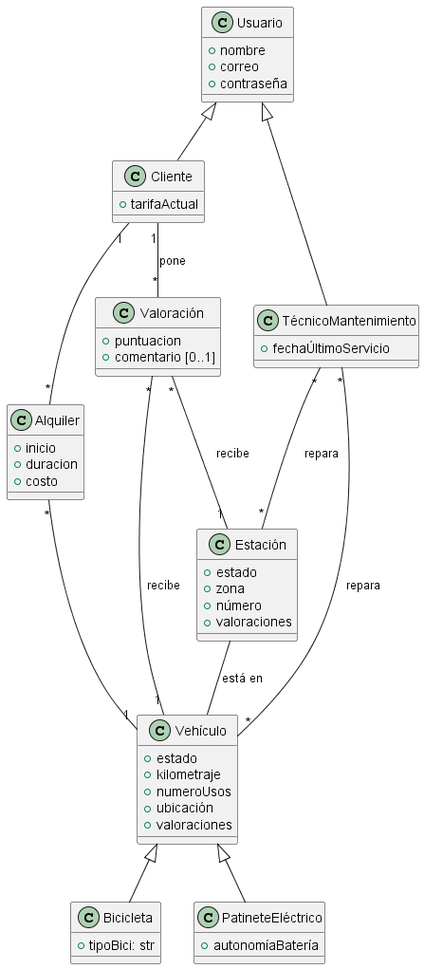
Above: modelos_conceptuales/DiagramaClases.png in VVF2245/EasyVPM-Database (PlantUML), before the change.
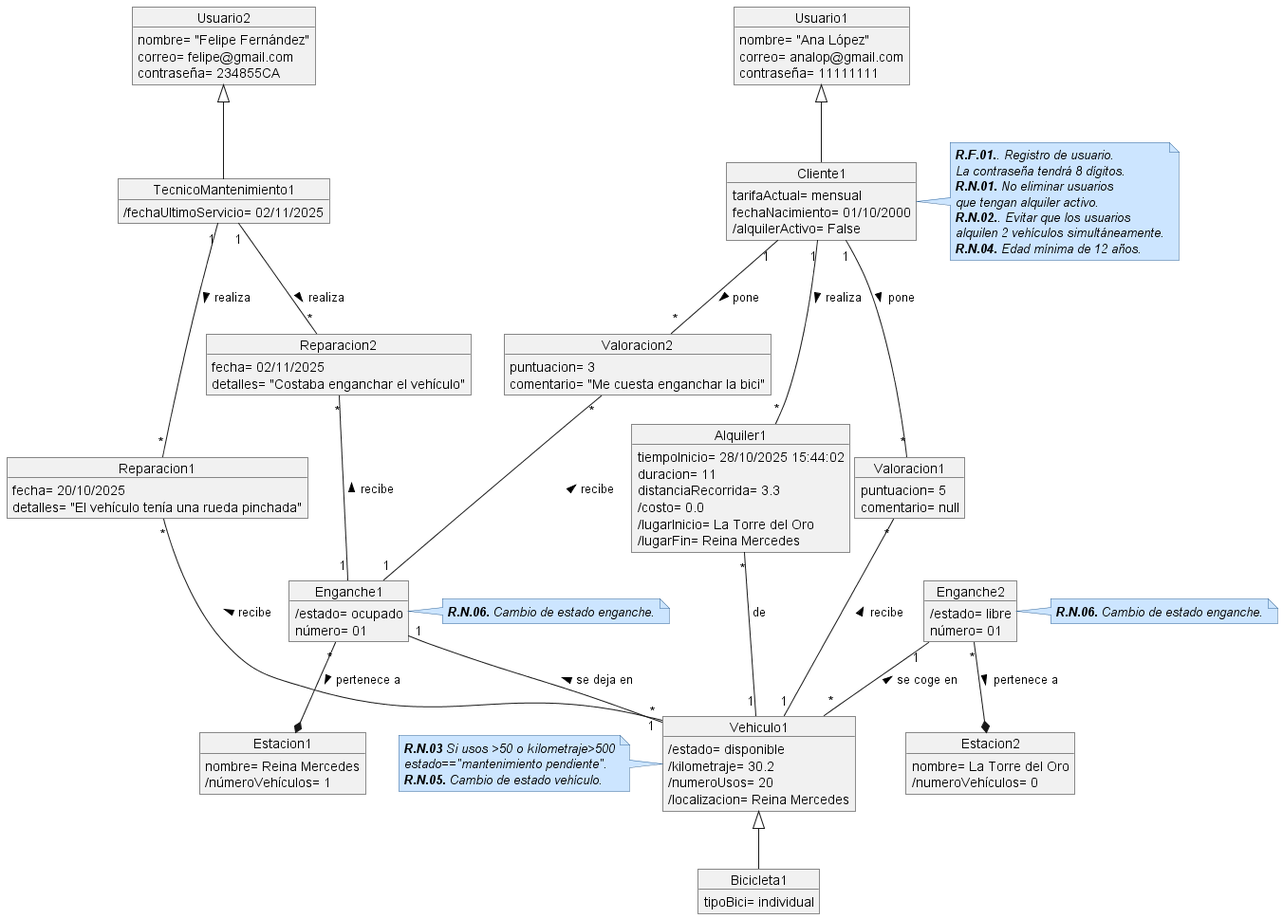
Above is the later version.

Commit message:
He puesto las fotos que corresponden modelos actua

Change to the diagram source:
```diff
@@ -1,70 +1,141 @@
 @startuml DiagramaClases
 
-class Usuario {
-    +nombre
-    +correo
-    +contraseña
+skinparam note {
+  BackgroundColor #cce5ff
+  BorderColor #336699
+  FontStyle italic
 }
 
-class Cliente {
-    +tarifaActual
+object Usuario1 {
+    nombre= "Ana López"
+    correo= analop@gmail.com
+    contraseña= 11111111
 }
 
-class TécnicoMantenimiento {
-    +fechaÚltimoServicio
+object Usuario2 {
+    nombre= "Felipe Fernández"
+    correo= felipe@gmail.com
+    contraseña= 234855CA
 }
 
-class Valoración {
-    +puntuacion
-    +comentario [0..1]
+object Cliente1 {
+    tarifaActual= mensual
+    fechaNacimiento= 01/10/2000
+    /alquilerActivo= False
+}
+note right
+ **R.F.01.**. Registro de usuario.
+ La contraseña tendrá 8 dígitos.
+ **R.N.01.** No eliminar usuarios
+ que tengan alquiler activo.
+ **R.N.02.**. Evitar que los usuarios
+ alquilen 2 vehículos simultáneamente.
+ **R.N.04.** Edad mínima de 12 años.
+end note
+
+
+object TecnicoMantenimiento1 {
+    /fechaUltimoServicio= 02/11/2025
 }
 
-class Alquiler {
-    +inicio
-    +duracion
-    +costo
+object Reparacion1 {
+    fecha= 20/10/2025
+    detalles= "El vehículo tenía una rueda pinchada"
 }
 
-class Vehículo {
-    +estado
-    +kilometraje
-    +numeroUsos
-    +ubicación
-    +valoraciones
+object Reparacion2 {
+    fecha= 02/11/2025
+    detalles= "Costaba enganchar el vehículo"
 }
 
-class Estación {
-    +estado
-    +zona
-    +número
-    +valoraciones
+object Valoracion1 {
+    puntuacion= 5
+    comentario= null
 }
 
-class Bicicleta {
-    +tipoBici: str
+object Valoracion2 {
+    puntuacion= 3
+    comentario= "Me cuesta enganchar la bici"
 }
 
-class PatineteEléctrico {
-    +autonomíaBatería
+object Alquiler1 {
+    tiempoInicio= 28/10/2025 15:44:02
+    duracion= 11
+    distanciaRecorrida= 3.3
+    /costo= 0.0
+    /lugarInicio= La Torre del Oro
+    /lugarFin= Reina Mercedes
 }
 
-Usuario <|-- Cliente
-Usuario <|-- TécnicoMantenimiento
+object Vehiculo1 {
+    /estado= disponible
+    /kilometraje= 30.2
+    /numeroUsos= 20
+    /localizacion= Reina Mercedes
+}
+note left
+ **R.N.03** Si usos >50 o kilometraje>500
+ estado=="mantenimiento pendiente".
+ **R.N.05.** Cambio de estado vehículo.
+end note
 
-Cliente "1"--"*" Valoración : pone
-Valoración "*"--"1" Vehículo : recibe
-Valoración "*"--"1" Estación : recibe
+object Estacion1 {
+    nombre= Reina Mercedes
+    /númeroVehículos= 1
+}
 
-Estación -- Vehículo : está en
+object Estacion2 {
+    nombre= La Torre del Oro
+    /numeroVehículos= 0
+}
 
-Cliente "1"--"*"  Alquiler
-Alquiler "*"--"1" Vehículo
+object Enganche1 {
+    /estado= ocupado
+    número= 01
+}
+note right
+ **R.N.06.** Cambio de estado enganche.
+end note
 
-TécnicoMantenimiento "*"--"*" Estación : repara
-TécnicoMantenimiento "*"--"*" Vehículo : repara
+object Enganche2 {
+    /estado= libre
+    número= 01
+}
+note right
+ **R.N.06.** Cambio de estado enganche.
+end note
+
+object Bicicleta1 {
+    tipoBici= individual
+}
 
 
-Vehículo <|-- Bicicleta
-Vehículo <|-- PatineteEléctrico
+Usuario1 <|-- Cliente1
+Usuario2 <|-- TecnicoMantenimiento1
+
+Enganche1 "*"--* Estacion1 : pertenece a >
+Enganche2 "*"--* Estacion2 : pertenece a >
+
+Cliente1 "1"--"*" Valoracion1 : pone >
+Cliente1 "1"--"*" Valoracion2 : pone >
+
+Valoracion1 "*"--"1" Vehiculo1 : recibe <
+Valoracion2 "*"--"1" Enganche1 : recibe <
+
+TecnicoMantenimiento1 "1"--"*" Reparacion1 : realiza >
+TecnicoMantenimiento1 "1"--"*" Reparacion2 : realiza >
+Reparacion1 "*"--"1" Vehiculo1 : recibe <
+Reparacion2 "*"--"1" Enganche1 : recibe <
+
+Enganche1 "1" --"*" Vehiculo1 : se deja en <
+Enganche2 "1"--"*" Vehiculo1 : se coge en <
+
+
+Cliente1 "1"--"*"  Alquiler1: realiza >
+
+Alquiler1 "*"--"1" Vehiculo1: de
+
+Vehiculo1 <|-- Bicicleta1
+
 
 @enduml
```
